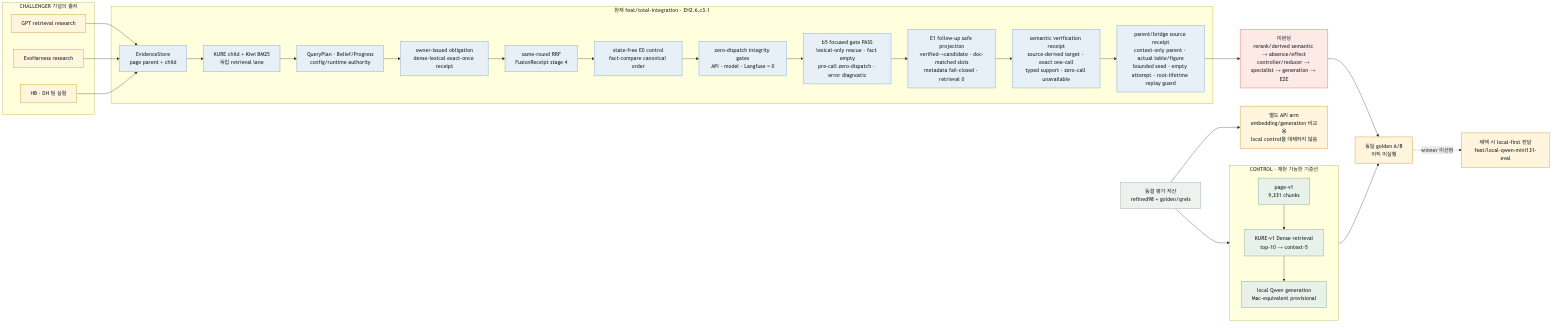
This is fivecircles/architecture/specs/evidence-harness-progress-current-flow.png from KongSeok/sprint-public-procurement-rag-assistant, a Mermaid export, as it was before one commit. Its source is kept beside it as fivecircles/architecture/specs/evidence-harness-progress-current-flow.mmd.
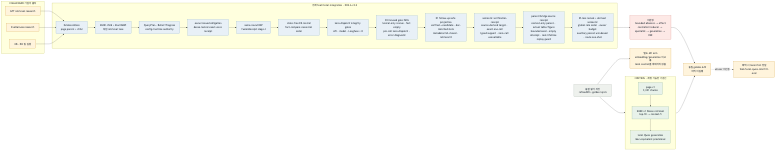
The same diagram one commit later.

Diff of the diagram source:
```diff
@@ -16,7 +16,7 @@
     R3["HB · DH 팀 실험"]
   end
 
-  subgraph BUILD["현재 feat/total-integration · EH2.6.c3.1"]
+  subgraph BUILD["현재 feat/total-integration · EH2.6.c3.2"]
     C1["EvidenceStore<br/>page parent + child"]
     C2["KURE child + Kiwi BM25<br/>독립 retrieval lane"]
     C3["QueryPlan · Belief/Progress<br/>config/runtime authority"]
@@ -28,10 +28,11 @@
     C9["E1 follow-up safe projection<br/>verified→candidate · doc-matched slots<br/>metadata fail-closed · retrieval 0"]
     C10["semantic verification receipt<br/>source-derived target · exact one-call<br/>typed support · zero-call unavailable"]
     C11["parent/bridge source receipt<br/>context-only parent · actual table/figure<br/>bounded seed · empty attempt · root-lifetime replay guard"]
-    C1 --> C2 --> C3 --> C4 --> C5 --> C6 --> C7 --> C8 --> C9 --> C10 --> C11
+    C12["ID-less rerank + derived semantic<br/>global role order · owner budget<br/>auxiliary parent unindexed · route one-shot"]
+    C1 --> C2 --> C3 --> C4 --> C5 --> C6 --> C7 --> C8 --> C9 --> C10 --> C11 --> C12
   end
 
-  GAP["미완성<br/>rerank/derived semantic → absence/effect<br/>controller/reducer → specialist → generation → E2E"]
+  GAP["미완성<br/>bounded absence → effect<br/>controller/reducer → specialist → generation → E2E"]
   SELECT["동일 golden A/B<br/>아직 미실행"]
   LOCAL["채택 시 local-first 전달<br/>feat/local-qwen-mini131-eval"]
 
@@ -40,7 +41,7 @@
   R1 --> C1
   R2 --> C1
   R3 --> C1
-  C11 --> GAP --> SELECT
+  C12 --> GAP --> SELECT
   CONTROL --> SELECT
   SELECT -. "winner 미선정" .-> LOCAL
 
@@ -50,7 +51,7 @@
   classDef red fill:#fde9e6,stroke:#d98e84,color:#1f2933,stroke-width:1.5px
   classDef gray fill:#eef1ed,stroke:#aab5ad,color:#1f2933,stroke-width:1.5px
   class B1,B2,B3 green
-  class C1,C2,C3,C4,C5,C6,C7,C8,C9,C10,C11 blue
+  class C1,C2,C3,C4,C5,C6,C7,C8,C9,C10,C11,C12 blue
   class GOLD gray
   class R1,R2,R3,API amber
   class GAP red
```
